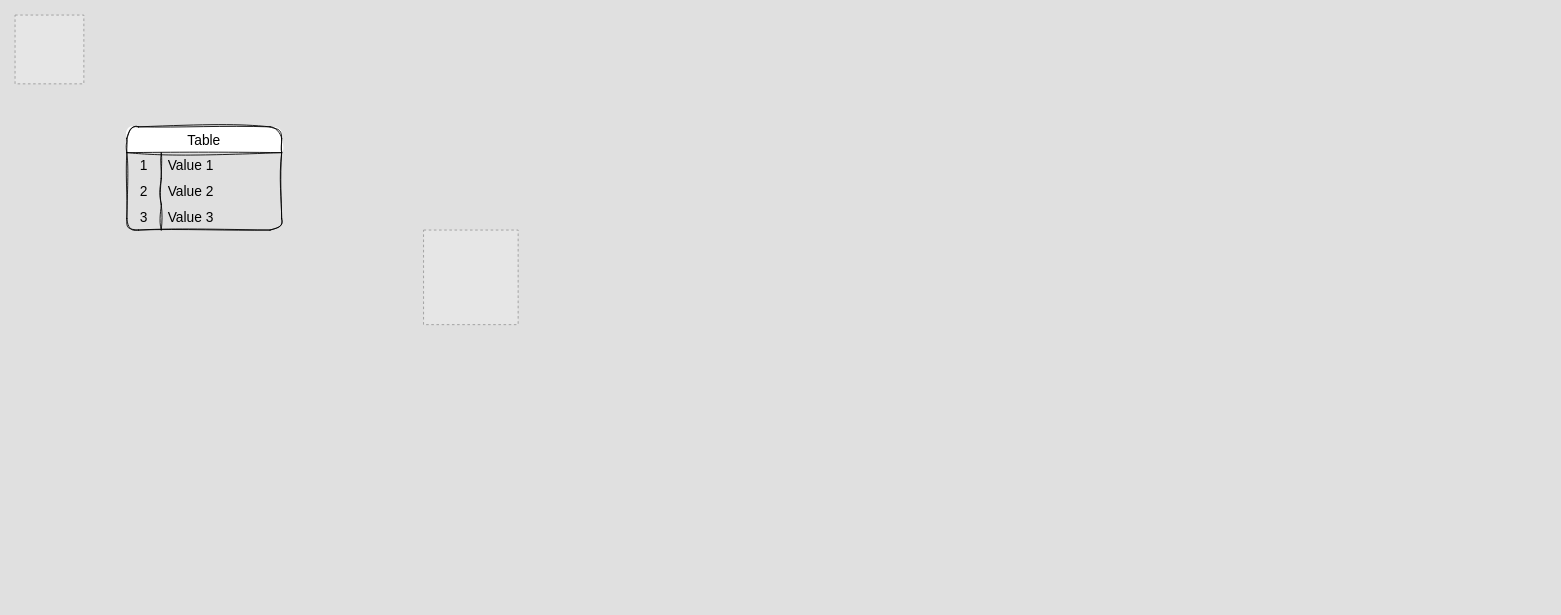
Before: page "Auth" (2 of 2) of Primo.drawio in SrGeneroso/tresco, a draw.io diagram. Source tidied: cells renumbered, new cells numbered last; positions are measured from the earlier drawing's top-left corner, leaving out a move shared by most shapes. Both pictures are drawn from the tidied source at 86%, with x=0, y=0 at pixel (15, 15). Pictures stored in the file or linked from it are replaced by grey dashed boxes.
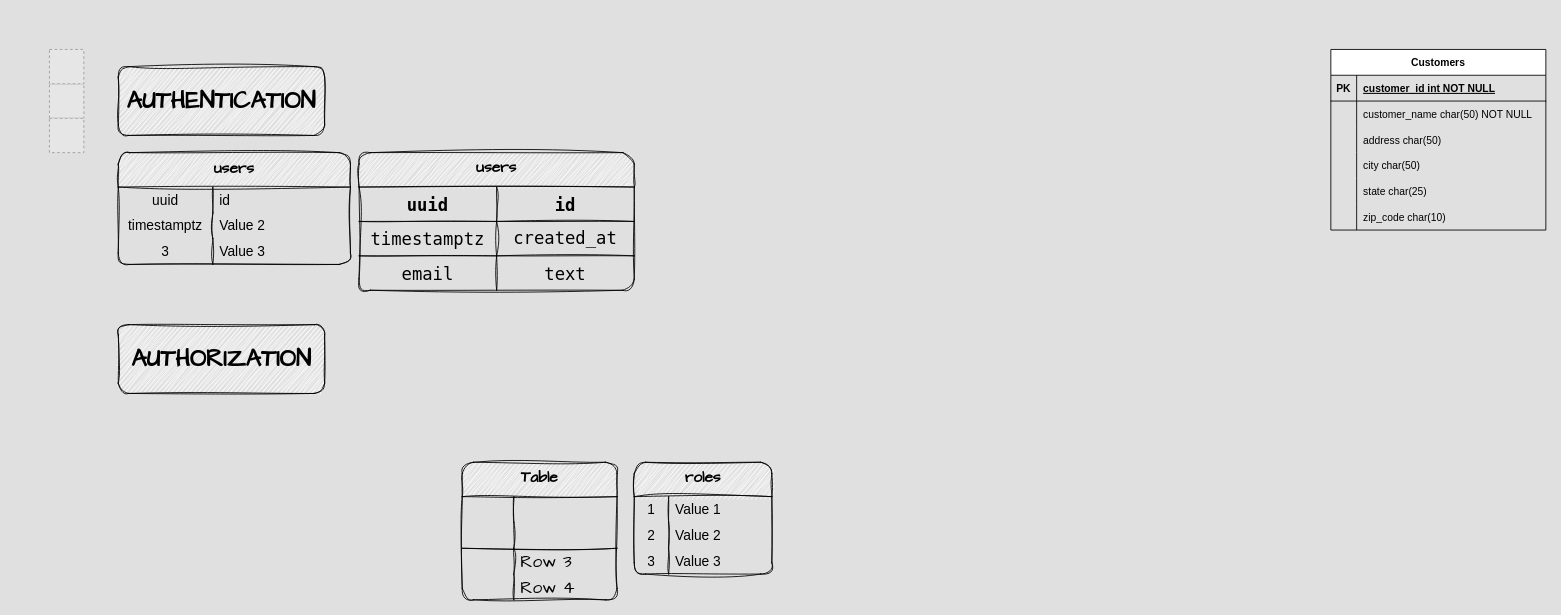
The same diagram, later.

Commit message:
testing schemas

Change to the diagram source:
```diff
@@
     <mxCell id="2" style="fillColor=#E6E6E6;strokeColor=#999999;dashed=1;verticalLabelPosition=bottom;labelBackgroundColor=default;verticalAlign=top;" parent="1" vertex="1">
-      <mxGeometry width="80" height="80" as="geometry" />
+      <mxGeometry x="40" y="80" width="40" height="40" as="geometry" />
     </mxCell>
-    <mxCell id="3" value="Table" style="shape=table;startSize=30;childLayout=tableLayout;rowLines=0;fontStyle=0;fontSize=16;sketch=1;curveFitting=1;jiggle=2;rounded=1;" parent="1" vertex="1">
-      <mxGeometry x="130" y="130" width="180" height="120" as="geometry" />
+    <mxCell id="3" value="users" style="shape=table;startSize=40;childLayout=tableLayout;rowLines=0;fontStyle=1;fontSize=18;sketch=1;curveFitting=1;jiggle=2;rounded=1;fontFamily=Architects Daughter;hachureGap=4;fillStyle=zigzag;strokeWidth=1;glass=0;arcSize=11;spacing=2;labelBackgroundColor=none;labelBorderColor=none;verticalAlign=top;" parent="1" vertex="1">
+      <mxGeometry x="120" y="160" width="270" height="130" as="geometry" />
     </mxCell>
     <mxCell id="4" style="shape=tableRow;horizontal=0;startSize=0;swimlaneHead=0;swimlaneBody=0;top=0;left=0;bottom=0;right=0;fillColor=none;strokeColor=inherit;fontSize=16;sketch=1;curveFitting=1;jiggle=2;rounded=1;" parent="3" vertex="1">
-      <mxGeometry y="30" width="180" height="30" as="geometry" />
+      <mxGeometry y="40" width="270" height="30" as="geometry" />
     </mxCell>
-    <mxCell id="5" value="1" style="shape=partialRectangle;html=1;whiteSpace=wrap;fillColor=none;top=0;left=0;bottom=0;right=0;overflow=hidden;strokeColor=inherit;fontSize=16;sketch=1;curveFitting=1;jiggle=2;rounded=1;" parent="4" vertex="1">
-      <mxGeometry width="40" height="30" as="geometry" />
+    <mxCell id="5" value="uuid" style="shape=partialRectangle;html=1;whiteSpace=wrap;fillColor=none;top=0;left=0;bottom=0;right=0;overflow=hidden;strokeColor=inherit;fontSize=16;sketch=1;curveFitting=1;jiggle=2;rounded=1;" parent="4" vertex="1">
+      <mxGeometry width="110" height="30" as="geometry" />
     </mxCell>
-    <mxCell id="6" value="Value 1" style="shape=partialRectangle;html=1;whiteSpace=wrap;fillColor=none;top=0;left=0;bottom=0;right=0;align=left;spacingLeft=6;overflow=hidden;strokeColor=inherit;fontSize=16;sketch=1;curveFitting=1;jiggle=2;rounded=1;" parent="4" vertex="1">
-      <mxGeometry x="40" width="140" height="30" as="geometry" />
+    <mxCell id="6" value="id" style="shape=partialRectangle;html=1;whiteSpace=wrap;fillColor=none;top=0;left=0;bottom=0;right=0;align=left;spacingLeft=6;overflow=hidden;strokeColor=inherit;fontSize=16;sketch=1;curveFitting=1;jiggle=2;rounded=1;" parent="4" vertex="1">
+      <mxGeometry x="110" width="160" height="30" as="geometry" />
     </mxCell>
     <mxCell id="7" style="shape=tableRow;horizontal=0;startSize=0;swimlaneHead=0;swimlaneBody=0;top=0;left=0;bottom=0;right=0;fillColor=none;strokeColor=inherit;fontSize=16;sketch=1;curveFitting=1;jiggle=2;rounded=1;" parent="3" vertex="1">
-      <mxGeometry y="60" width="180" height="30" as="geometry" />
+      <mxGeometry y="70" width="270" height="30" as="geometry" />
     </mxCell>
-    <mxCell id="8" value="2" style="shape=partialRectangle;html=1;whiteSpace=wrap;fillColor=none;top=0;left=0;bottom=0;right=0;overflow=hidden;strokeColor=inherit;fontSize=16;sketch=1;curveFitting=1;jiggle=2;rounded=1;" parent="7" vertex="1">
-      <mxGeometry width="40" height="30" as="geometry" />
+    <mxCell id="8" value="timestamptz" style="shape=partialRectangle;html=1;whiteSpace=wrap;fillColor=none;top=0;left=0;bottom=0;right=0;overflow=hidden;strokeColor=inherit;fontSize=16;sketch=1;curveFitting=1;jiggle=2;rounded=1;" parent="7" vertex="1">
+      <mxGeometry width="110" height="30" as="geometry" />
     </mxCell>
     <mxCell id="9" value="Value 2" style="shape=partialRectangle;html=1;whiteSpace=wrap;fillColor=none;top=0;left=0;bottom=0;right=0;align=left;spacingLeft=6;overflow=hidden;strokeColor=inherit;fontSize=16;sketch=1;curveFitting=1;jiggle=2;rounded=1;" parent="7" vertex="1">
-      <mxGeometry x="40" width="140" height="30" as="geometry" />
+      <mxGeometry x="110" width="160" height="30" as="geometry" />
     </mxCell>
     <mxCell id="10" style="shape=tableRow;horizontal=0;startSize=0;swimlaneHead=0;swimlaneBody=0;top=0;left=0;bottom=0;right=0;fillColor=none;strokeColor=inherit;fontSize=16;sketch=1;curveFitting=1;jiggle=2;rounded=1;" parent="3" vertex="1">
-      <mxGeometry y="90" width="180" height="30" as="geometry" />
+      <mxGeometry y="100" width="270" height="30" as="geometry" />
     </mxCell>
     <mxCell id="11" value="3" style="shape=partialRectangle;html=1;whiteSpace=wrap;fillColor=none;top=0;left=0;bottom=0;right=0;overflow=hidden;strokeColor=inherit;fontSize=16;sketch=1;curveFitting=1;jiggle=2;rounded=1;" parent="10" vertex="1">
-      <mxGeometry width="40" height="30" as="geometry" />
+      <mxGeometry width="110" height="30" as="geometry" />
     </mxCell>
     <mxCell id="12" value="Value 3" style="shape=partialRectangle;html=1;whiteSpace=wrap;fillColor=none;top=0;left=0;bottom=0;right=0;align=left;spacingLeft=6;overflow=hidden;strokeColor=inherit;fontSize=16;sketch=1;curveFitting=1;jiggle=2;rounded=1;" parent="10" vertex="1">
-      <mxGeometry x="40" width="140" height="30" as="geometry" />
+      <mxGeometry x="110" width="160" height="30" as="geometry" />
     </mxCell>
-    <mxCell id="13" style="fillColor=#E6E6E6;strokeColor=#999999;dashed=1;verticalLabelPosition=bottom;labelBackgroundColor=default;verticalAlign=top;" parent="1" vertex="1">
-      <mxGeometry x="475" y="250" width="110" height="110" as="geometry" />
-    </mxCell>
+    <mxCell id="14" style="fillColor=#E6E6E6;strokeColor=#999999;dashed=1;verticalLabelPosition=bottom;labelBackgroundColor=default;verticalAlign=top;fontFamily=Architects Daughter;fontSize=20;" parent="1" vertex="1">
+      <mxGeometry x="40" y="120" width="40" height="40" as="geometry" />
+    </mxCell>
+    <mxCell id="15" value="AUTHENTICATION" style="rounded=1;whiteSpace=wrap;html=1;sketch=1;hachureGap=4;jiggle=2;curveFitting=1;fontFamily=Architects Daughter;fontSize=28;fontStyle=1;fillStyle=zigzag;strokeWidth=1;glass=0;" parent="1" vertex="1">
+      <mxGeometry x="120" y="60" width="240" height="80" as="geometry" />
+    </mxCell>
+    <mxCell id="16" value="AUTHORIZATION" style="rounded=1;whiteSpace=wrap;html=1;sketch=1;hachureGap=4;jiggle=2;curveFitting=1;fontFamily=Architects Daughter;fontSize=28;fontStyle=1;horizontal=1;labelBackgroundColor=none;labelBorderColor=none;fillStyle=zigzag;strokeWidth=1;glass=0;" parent="1" vertex="1">
+      <mxGeometry x="120" y="360" width="240" height="80" as="geometry" />
+    </mxCell>
+    <mxCell id="17" style="fillColor=#E6E6E6;strokeColor=#999999;dashed=1;verticalLabelPosition=bottom;labelBackgroundColor=default;verticalAlign=top;" parent="1" vertex="1">
+      <mxGeometry x="40" y="40" width="40" height="40" as="geometry" />
+    </mxCell>
+    <mxCell id="18" value="roles" style="shape=table;startSize=40;childLayout=tableLayout;rowLines=0;fontStyle=1;fontSize=18;sketch=1;curveFitting=1;jiggle=2;rounded=1;fontFamily=Architects Daughter;hachureGap=4;fillStyle=zigzag;strokeWidth=1;glass=0;arcSize=11;spacing=2;labelBackgroundColor=none;labelBorderColor=none;verticalAlign=top;" parent="1" vertex="1">
+      <mxGeometry x="720" y="520" width="160" height="130" as="geometry" />
+    </mxCell>
+    <mxCell id="19" style="shape=tableRow;horizontal=0;startSize=0;swimlaneHead=0;swimlaneBody=0;top=0;left=0;bottom=0;right=0;fillColor=none;strokeColor=inherit;fontSize=16;sketch=1;curveFitting=1;jiggle=2;rounded=1;" parent="18" vertex="1">
+      <mxGeometry y="40" width="160" height="30" as="geometry" />
+    </mxCell>
+    <mxCell id="20" value="1" style="shape=partialRectangle;html=1;whiteSpace=wrap;fillColor=none;top=0;left=0;bottom=0;right=0;overflow=hidden;strokeColor=inherit;fontSize=16;sketch=1;curveFitting=1;jiggle=2;rounded=1;" parent="19" vertex="1">
+      <mxGeometry width="40" height="30" as="geometry" />
+    </mxCell>
+    <mxCell id="21" value="Value 1" style="shape=partialRectangle;html=1;whiteSpace=wrap;fillColor=none;top=0;left=0;bottom=0;right=0;align=left;spacingLeft=6;overflow=hidden;strokeColor=inherit;fontSize=16;sketch=1;curveFitting=1;jiggle=2;rounded=1;" parent="19" vertex="1">
+      <mxGeometry x="40" width="120" height="30" as="geometry" />
+    </mxCell>
+    <mxCell id="22" style="shape=tableRow;horizontal=0;startSize=0;swimlaneHead=0;swimlaneBody=0;top=0;left=0;bottom=0;right=0;fillColor=none;strokeColor=inherit;fontSize=16;sketch=1;curveFitting=1;jiggle=2;rounded=1;" parent="18" vertex="1">
+      <mxGeometry y="70" width="160" height="30" as="geometry" />
+    </mxCell>
+    <mxCell id="23" value="2" style="shape=partialRectangle;html=1;whiteSpace=wrap;fillColor=none;top=0;left=0;bottom=0;right=0;overflow=hidden;strokeColor=inherit;fontSize=16;sketch=1;curveFitting=1;jiggle=2;rounded=1;" parent="22" vertex="1">
+      <mxGeometry width="40" height="30" as="geometry" />
+    </mxCell>
+    <mxCell id="24" value="Value 2" style="shape=partialRectangle;html=1;whiteSpace=wrap;fillColor=none;top=0;left=0;bottom=0;right=0;align=left;spacingLeft=6;overflow=hidden;strokeColor=inherit;fontSize=16;sketch=1;curveFitting=1;jiggle=2;rounded=1;" parent="22" vertex="1">
+      <mxGeometry x="40" width="120" height="30" as="geometry" />
+    </mxCell>
+    <mxCell id="25" style="shape=tableRow;horizontal=0;startSize=0;swimlaneHead=0;swimlaneBody=0;top=0;left=0;bottom=0;right=0;fillColor=none;strokeColor=inherit;fontSize=16;sketch=1;curveFitting=1;jiggle=2;rounded=1;" parent="18" vertex="1">
+      <mxGeometry y="100" width="160" height="30" as="geometry" />
+    </mxCell>
+    <mxCell id="26" value="3" style="shape=partialRectangle;html=1;whiteSpace=wrap;fillColor=none;top=0;left=0;bottom=0;right=0;overflow=hidden;strokeColor=inherit;fontSize=16;sketch=1;curveFitting=1;jiggle=2;rounded=1;" parent="25" vertex="1">
+      <mxGeometry width="40" height="30" as="geometry" />
+    </mxCell>
+    <mxCell id="27" value="Value 3" style="shape=partialRectangle;html=1;whiteSpace=wrap;fillColor=none;top=0;left=0;bottom=0;right=0;align=left;spacingLeft=6;overflow=hidden;strokeColor=inherit;fontSize=16;sketch=1;curveFitting=1;jiggle=2;rounded=1;" parent="25" vertex="1">
+      <mxGeometry x="40" width="120" height="30" as="geometry" />
+    </mxCell>
+    <mxCell id="28" value="Table" style="shape=table;startSize=40;childLayout=tableLayout;rowLines=0;fontStyle=1;align=center;html=1;whiteSpace=wrap;sketch=1;hachureGap=4;jiggle=2;curveFitting=1;fontFamily=Architects Daughter;fontSize=18;verticalAlign=top;rounded=1;fillStyle=zigzag;strokeWidth=1;glass=0;arcSize=11;spacing=2;labelBackgroundColor=none;labelBorderColor=none;" parent="1" vertex="1">
+      <mxGeometry x="520" y="520" width="180" height="160" as="geometry" />
+    </mxCell>
+    <mxCell id="29" style="shape=tableRow;horizontal=0;startSize=0;swimlaneHead=0;swimlaneBody=0;fillColor=none;top=0;left=0;right=0;bottom=0;html=1;sketch=1;hachureGap=4;jiggle=2;curveFitting=1;fontFamily=Architects Daughter;fontSize=20;" parent="28" vertex="1">
+      <mxGeometry y="40" width="180" height="30" as="geometry" />
+    </mxCell>
+    <mxCell id="30" style="shape=partialRectangle;fillColor=none;top=0;left=0;bottom=0;right=0;fontStyle=1;overflow=hidden;html=1;whiteSpace=wrap;sketch=1;hachureGap=4;jiggle=2;curveFitting=1;fontFamily=Architects Daughter;fontSize=20;" parent="29" vertex="1">
+      <mxGeometry width="60" height="30" as="geometry" />
+    </mxCell>
+    <mxCell id="31" style="shape=partialRectangle;fillColor=none;top=0;left=0;bottom=0;right=0;align=left;spacingLeft=6;fontStyle=5;overflow=hidden;html=1;whiteSpace=wrap;sketch=1;hachureGap=4;jiggle=2;curveFitting=1;fontFamily=Architects Daughter;fontSize=20;" parent="29" vertex="1">
+      <mxGeometry x="60" width="120" height="30" as="geometry" />
+    </mxCell>
+    <mxCell id="32" style="shape=tableRow;horizontal=0;startSize=0;swimlaneHead=0;swimlaneBody=0;fillColor=none;top=0;left=0;right=0;bottom=1;html=1;sketch=1;hachureGap=4;jiggle=2;curveFitting=1;fontFamily=Architects Daughter;fontSize=20;" parent="28" vertex="1">
+      <mxGeometry y="70" width="180" height="30" as="geometry" />
+    </mxCell>
+    <mxCell id="33" style="shape=partialRectangle;fillColor=none;top=0;left=0;bottom=0;right=0;fontStyle=1;overflow=hidden;html=1;whiteSpace=wrap;sketch=1;hachureGap=4;jiggle=2;curveFitting=1;fontFamily=Architects Daughter;fontSize=20;" parent="32" vertex="1">
+      <mxGeometry width="60" height="30" as="geometry" />
+    </mxCell>
+    <mxCell id="34" style="shape=partialRectangle;fillColor=none;top=0;left=0;bottom=0;right=0;align=left;spacingLeft=6;fontStyle=5;overflow=hidden;html=1;whiteSpace=wrap;sketch=1;hachureGap=4;jiggle=2;curveFitting=1;fontFamily=Architects Daughter;fontSize=20;" parent="32" vertex="1">
+      <mxGeometry x="60" width="120" height="30" as="geometry" />
+    </mxCell>
+    <mxCell id="35" style="shape=tableRow;horizontal=0;startSize=0;swimlaneHead=0;swimlaneBody=0;fillColor=none;top=0;left=0;right=0;bottom=0;html=1;sketch=1;hachureGap=4;jiggle=2;curveFitting=1;fontFamily=Architects Daughter;fontSize=20;" parent="28" vertex="1">
+      <mxGeometry y="100" width="180" height="30" as="geometry" />
+    </mxCell>
+    <mxCell id="36" style="shape=partialRectangle;fillColor=none;top=0;left=0;bottom=0;right=0;overflow=hidden;html=1;whiteSpace=wrap;sketch=1;hachureGap=4;jiggle=2;curveFitting=1;fontFamily=Architects Daughter;fontSize=20;" parent="35" vertex="1">
+      <mxGeometry width="60" height="30" as="geometry" />
+    </mxCell>
+    <mxCell id="37" value="Row 3" style="shape=partialRectangle;fillColor=none;top=0;left=0;bottom=0;right=0;align=left;spacingLeft=6;overflow=hidden;html=1;whiteSpace=wrap;sketch=1;hachureGap=4;jiggle=2;curveFitting=1;fontFamily=Architects Daughter;fontSize=20;" parent="35" vertex="1">
+      <mxGeometry x="60" width="120" height="30" as="geometry" />
+    </mxCell>
+    <mxCell id="38" style="shape=tableRow;horizontal=0;startSize=0;swimlaneHead=0;swimlaneBody=0;fillColor=none;top=0;left=0;right=0;bottom=0;html=1;sketch=1;hachureGap=4;jiggle=2;curveFitting=1;fontFamily=Architects Daughter;fontSize=20;" parent="28" vertex="1">
+      <mxGeometry y="130" width="180" height="30" as="geometry" />
+    </mxCell>
+    <mxCell id="39" style="shape=partialRectangle;fillColor=none;top=0;left=0;bottom=0;right=0;overflow=hidden;html=1;whiteSpace=wrap;sketch=1;hachureGap=4;jiggle=2;curveFitting=1;fontFamily=Architects Daughter;fontSize=20;" parent="38" vertex="1">
+      <mxGeometry width="60" height="30" as="geometry" />
+    </mxCell>
+    <mxCell id="40" value="Row 4" style="shape=partialRectangle;fillColor=none;top=0;left=0;bottom=0;right=0;align=left;spacingLeft=6;overflow=hidden;html=1;whiteSpace=wrap;sketch=1;hachureGap=4;jiggle=2;curveFitting=1;fontFamily=Architects Daughter;fontSize=20;" parent="38" vertex="1">
+      <mxGeometry x="60" width="120" height="30" as="geometry" />
+    </mxCell>
+    <mxCell id="41" value="users" style="shape=table;html=1;whiteSpace=wrap;startSize=40;childLayout=tableLayout;strokeWidth=1;sketch=1;hachureGap=4;jiggle=2;curveFitting=1;fontFamily=Architects Daughter;fontSize=18;verticalAlign=top;fontStyle=1;rounded=1;fillStyle=zigzag;glass=0;arcSize=11;spacing=2;labelBackgroundColor=none;labelBorderColor=none;" parent="1" vertex="1">
+      <mxGeometry x="400" y="160" width="320" height="160" as="geometry" />
+    </mxCell>
+    <mxCell id="42" style="shape=tableRow;horizontal=0;startSize=0;swimlaneHead=0;swimlaneBody=0;top=0;left=0;bottom=0;right=0;fillColor=none;sketch=1;hachureGap=4;jiggle=2;curveFitting=1;fontFamily=Architects Daughter;fontSize=20;" parent="41" vertex="1">
+      <mxGeometry y="40" width="320" height="40" as="geometry" />
+    </mxCell>
+    <mxCell id="43" value="uuid" style="shape=partialRectangle;html=1;whiteSpace=wrap;fillColor=none;top=0;left=0;bottom=0;right=0;overflow=hidden;fontStyle=1;sketch=1;hachureGap=4;jiggle=2;curveFitting=1;fontFamily=Lucida Console;fontSize=20;" parent="42" vertex="1">
+      <mxGeometry width="160" height="40" as="geometry" />
+    </mxCell>
+    <mxCell id="44" value="id" style="shape=partialRectangle;html=1;whiteSpace=wrap;fillColor=none;top=0;left=0;bottom=0;right=0;overflow=hidden;fontStyle=1;sketch=1;hachureGap=4;jiggle=2;curveFitting=1;fontFamily=Lucida Console;fontSize=20;" parent="42" vertex="1">
+      <mxGeometry x="160" width="160" height="40" as="geometry" />
+    </mxCell>
+    <mxCell id="45" style="shape=tableRow;horizontal=0;startSize=0;swimlaneHead=0;swimlaneBody=0;top=0;left=0;bottom=0;right=0;fillColor=none;sketch=1;hachureGap=4;jiggle=2;curveFitting=1;fontFamily=Lucida Console;fontSize=20;" parent="41" vertex="1">
+      <mxGeometry y="80" width="320" height="40" as="geometry" />
+    </mxCell>
+    <mxCell id="46" value="timestamptz" style="shape=partialRectangle;html=1;whiteSpace=wrap;fillColor=none;top=0;left=0;bottom=0;right=0;overflow=hidden;sketch=1;hachureGap=4;jiggle=2;curveFitting=1;fontFamily=Lucida Console;fontSize=20;" parent="45" vertex="1">
+      <mxGeometry width="160" height="40" as="geometry" />
+    </mxCell>
+    <mxCell id="47" value="&lt;font face=&quot;Lucida Console&quot;&gt;created_at&lt;/font&gt;" style="shape=partialRectangle;html=1;whiteSpace=wrap;fillColor=none;top=0;left=0;bottom=0;right=0;overflow=hidden;sketch=1;hachureGap=4;jiggle=2;curveFitting=1;fontFamily=Architects Daughter;fontSize=20;" parent="45" vertex="1">
+      <mxGeometry x="160" width="160" height="40" as="geometry" />
+    </mxCell>
+    <mxCell id="48" style="shape=tableRow;horizontal=0;startSize=0;swimlaneHead=0;swimlaneBody=0;top=0;left=0;bottom=0;right=0;fillColor=none;sketch=1;hachureGap=4;jiggle=2;curveFitting=1;fontFamily=Architects Daughter;fontSize=20;" parent="41" vertex="1">
+      <mxGeometry y="120" width="320" height="40" as="geometry" />
+    </mxCell>
+    <mxCell id="49" value="email" style="shape=partialRectangle;html=1;whiteSpace=wrap;fillColor=none;top=0;left=0;bottom=0;right=0;overflow=hidden;sketch=1;hachureGap=4;jiggle=2;curveFitting=1;fontFamily=Lucida Console;fontSize=20;" parent="48" vertex="1">
+      <mxGeometry width="160" height="40" as="geometry" />
+    </mxCell>
+    <mxCell id="50" value="text" style="shape=partialRectangle;html=1;whiteSpace=wrap;fillColor=none;top=0;left=0;bottom=0;right=0;overflow=hidden;sketch=1;hachureGap=4;jiggle=2;curveFitting=1;fontFamily=Lucida Console;fontSize=20;" parent="48" vertex="1">
+      <mxGeometry x="160" width="160" height="40" as="geometry" />
+    </mxCell>
+    <mxCell id="51" value="Customers" style="shape=table;startSize=30;childLayout=tableLayout;rowLines=0;fontStyle=1;align=center;" parent="1" vertex="1">
+      <mxGeometry x="1530" y="40" width="250" height="210" as="geometry" />
+    </mxCell>
+    <mxCell id="52" style="shape=tableRow;horizontal=0;startSize=0;swimlaneHead=0;swimlaneBody=0;fillColor=none;strokeColor=inherit;top=0;left=0;right=0;bottom=1;" parent="51" vertex="1">
+      <mxGeometry y="30" width="250" height="30" as="geometry" />
+    </mxCell>
+    <mxCell id="53" value="PK" style="shape=partialRectangle;overflow=hidden;fillColor=none;strokeColor=inherit;top=0;left=0;bottom=0;right=0;fontStyle=1;" parent="52" vertex="1">
+      <mxGeometry width="30" height="30" as="geometry" />
+    </mxCell>
+    <mxCell id="54" value="customer_id int NOT NULL " style="shape=partialRectangle;overflow=hidden;fillColor=none;align=left;strokeColor=inherit;top=0;left=0;bottom=0;right=0;spacingLeft=6;fontStyle=5;" parent="52" vertex="1">
+      <mxGeometry x="30" width="220" height="30" as="geometry" />
+    </mxCell>
+    <mxCell id="55" style="shape=tableRow;horizontal=0;startSize=0;swimlaneHead=0;swimlaneBody=0;fillColor=none;strokeColor=inherit;top=0;left=0;right=0;bottom=0;" parent="51" vertex="1">
+      <mxGeometry y="60" width="250" height="30" as="geometry" />
+    </mxCell>
+    <mxCell id="56" style="shape=partialRectangle;overflow=hidden;fillColor=none;strokeColor=inherit;top=0;left=0;bottom=0;right=0;" parent="55" vertex="1">
+      <mxGeometry width="30" height="30" as="geometry" />
+    </mxCell>
+    <mxCell id="57" value="customer_name char(50) NOT NULL" style="shape=partialRectangle;overflow=hidden;fillColor=none;align=left;strokeColor=inherit;top=0;left=0;bottom=0;right=0;spacingLeft=6;" parent="55" vertex="1">
+      <mxGeometry x="30" width="220" height="30" as="geometry" />
+    </mxCell>
+    <mxCell id="58" style="shape=tableRow;horizontal=0;startSize=0;swimlaneHead=0;swimlaneBody=0;fillColor=none;strokeColor=inherit;top=0;left=0;right=0;bottom=0;" parent="51" vertex="1">
+      <mxGeometry y="90" width="250" height="30" as="geometry" />
+    </mxCell>
+    <mxCell id="59" style="shape=partialRectangle;overflow=hidden;fillColor=none;strokeColor=inherit;top=0;left=0;bottom=0;right=0;" parent="58" vertex="1">
+      <mxGeometry width="30" height="30" as="geometry" />
+    </mxCell>
+    <mxCell id="60" value="address char(50)" style="shape=partialRectangle;overflow=hidden;fillColor=none;align=left;strokeColor=inherit;top=0;left=0;bottom=0;right=0;spacingLeft=6;" parent="58" vertex="1">
+      <mxGeometry x="30" width="220" height="30" as="geometry" />
+    </mxCell>
+    <mxCell id="61" style="shape=tableRow;horizontal=0;startSize=0;swimlaneHead=0;swimlaneBody=0;fillColor=none;strokeColor=inherit;top=0;left=0;right=0;bottom=0;" parent="51" vertex="1">
+      <mxGeometry y="120" width="250" height="30" as="geometry" />
+    </mxCell>
+    <mxCell id="62" style="shape=partialRectangle;overflow=hidden;fillColor=none;strokeColor=inherit;top=0;left=0;bottom=0;right=0;" parent="61" vertex="1">
+      <mxGeometry width="30" height="30" as="geometry" />
+    </mxCell>
+    <mxCell id="63" value="city char(50)" style="shape=partialRectangle;overflow=hidden;fillColor=none;align=left;strokeColor=inherit;top=0;left=0;bottom=0;right=0;spacingLeft=6;" parent="61" vertex="1">
+      <mxGeometry x="30" width="220" height="30" as="geometry" />
+    </mxCell>
+    <mxCell id="64" style="shape=tableRow;horizontal=0;startSize=0;swimlaneHead=0;swimlaneBody=0;fillColor=none;strokeColor=inherit;top=0;left=0;right=0;bottom=0;" parent="51" vertex="1">
+      <mxGeometry y="150" width="250" height="30" as="geometry" />
+    </mxCell>
+    <mxCell id="65" style="shape=partialRectangle;overflow=hidden;fillColor=none;strokeColor=inherit;top=0;left=0;bottom=0;right=0;" parent="64" vertex="1">
+      <mxGeometry width="30" height="30" as="geometry" />
+    </mxCell>
+    <mxCell id="66" value="state char(25)" style="shape=partialRectangle;overflow=hidden;fillColor=none;align=left;strokeColor=inherit;top=0;left=0;bottom=0;right=0;spacingLeft=6;" parent="64" vertex="1">
+      <mxGeometry x="30" width="220" height="30" as="geometry" />
+    </mxCell>
+    <mxCell id="67" style="shape=tableRow;horizontal=0;startSize=0;swimlaneHead=0;swimlaneBody=0;fillColor=none;strokeColor=inherit;top=0;left=0;right=0;bottom=0;" parent="51" vertex="1">
+      <mxGeometry y="180" width="250" height="30" as="geometry" />
+    </mxCell>
+    <mxCell id="68" style="shape=partialRectangle;overflow=hidden;fillColor=none;strokeColor=inherit;top=0;left=0;bottom=0;right=0;" parent="67" vertex="1">
+      <mxGeometry width="30" height="30" as="geometry" />
+    </mxCell>
+    <mxCell id="69" value="zip_code char(10)" style="shape=partialRectangle;overflow=hidden;fillColor=none;align=left;strokeColor=inherit;top=0;left=0;bottom=0;right=0;spacingLeft=6;" parent="67" vertex="1">
+      <mxGeometry x="30" width="220" height="30" as="geometry" />
+    </mxCell>
```
